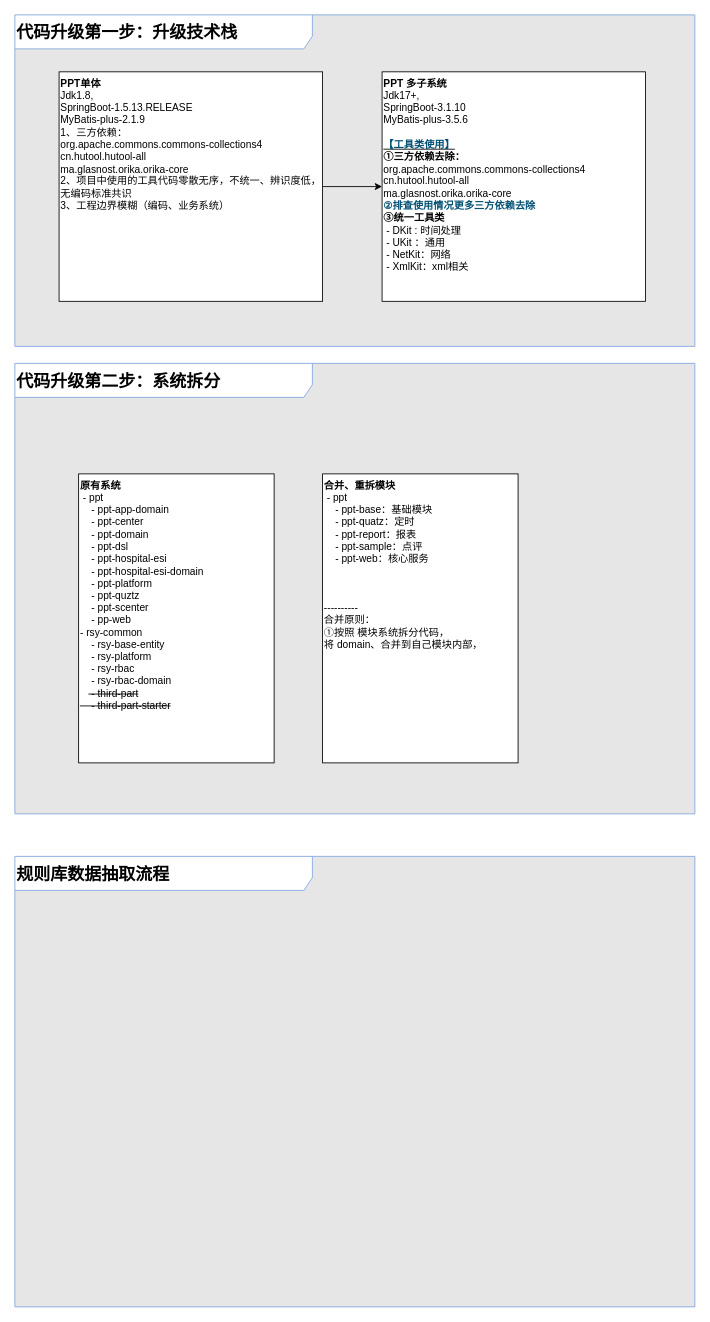
Before: page "架构升级" (4 of 6) of 未命名绘图.drawio in tc608/dfile, a draw.io diagram. Source tidied: cells renumbered, new cells numbered last; positions are measured from the earlier drawing's top-left corner, leaving out a move shared by most shapes. Both pictures are drawn from the tidied source at 85%, with x=0, y=0 at pixel (14, 14).
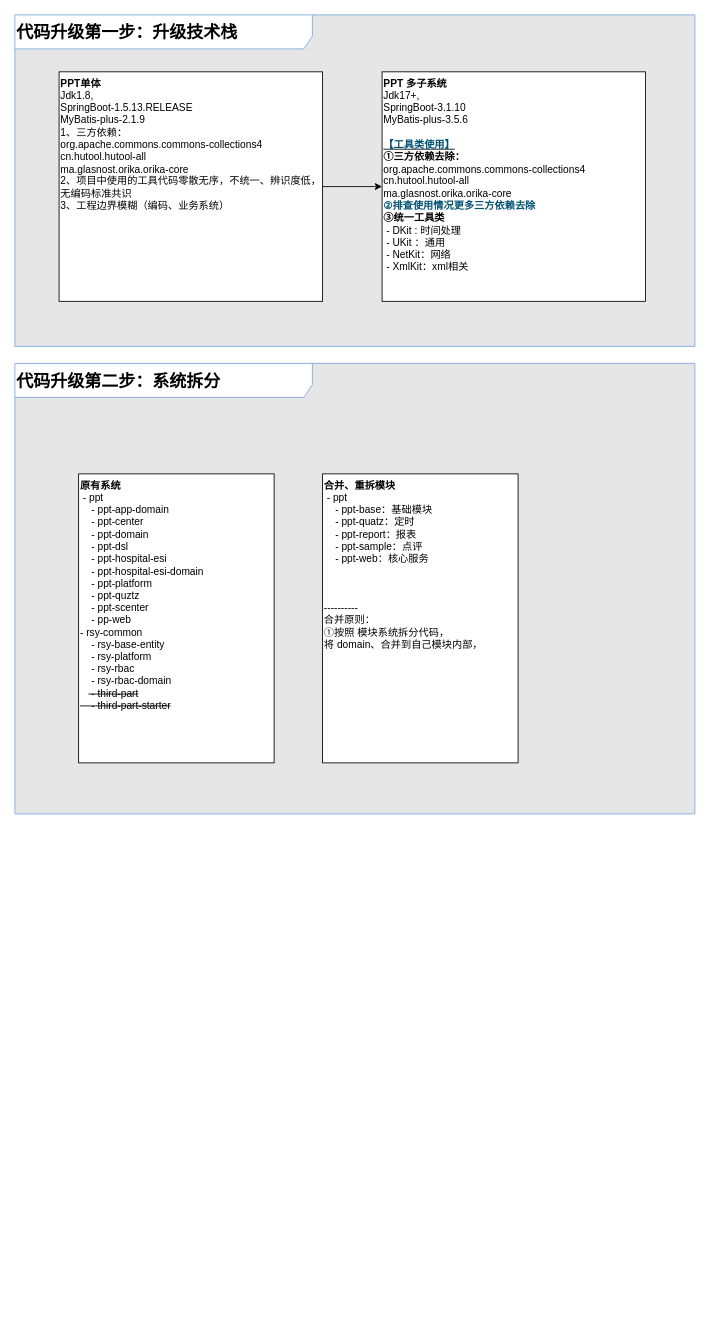
The same page after the edit.

Change to the diagram source:
```diff
@@
 <mxGraphModel>
   <root>
     <mxCell id="0" />
     <mxCell id="1" parent="0" />
     <mxCell id="2" value="&lt;div style=&quot;&quot;&gt;&lt;span style=&quot;background-color: initial; font-size: 20px;&quot;&gt;&lt;b&gt;代码升级第一步：升级技术栈&lt;/b&gt;&lt;/span&gt;&lt;/div&gt;" style="shape=umlFrame;whiteSpace=wrap;html=1;swimlaneFillColor=#E6E6E6;width=350;height=40;strokeColor=#7EA6E0;align=left;" parent="1" vertex="1">
       <mxGeometry width="800" height="390" as="geometry" />
     </mxCell>
     <mxCell id="3" style="edgeStyle=orthogonalEdgeStyle;rounded=0;orthogonalLoop=1;jettySize=auto;html=1;exitX=1;exitY=0.5;exitDx=0;exitDy=0;" parent="1" edge="1">
       <mxGeometry relative="1" as="geometry">
         <mxPoint x="410" y="161" as="targetPoint" />
       </mxGeometry>
     </mxCell>
     <mxCell id="4" style="edgeStyle=orthogonalEdgeStyle;rounded=0;jettySize=auto;html=1;exitX=1;exitY=0.5;exitDx=0;exitDy=0;" parent="1" edge="1" source="5" target="6">
       <mxGeometry relative="1" as="geometry" />
     </mxCell>
     <mxCell id="5" value="&lt;span style=&quot;&quot;&gt;&lt;b&gt;PPT单体&lt;/b&gt;&lt;/span&gt;&lt;br style=&quot;padding: 0px; margin: 0px;&quot;&gt;&lt;span style=&quot;&quot;&gt;Jdk1.8,&amp;nbsp;&lt;/span&gt;&lt;br style=&quot;padding: 0px; margin: 0px;&quot;&gt;&lt;span style=&quot;&quot;&gt;SpringBoot-1.5.13.RELEASE&lt;/span&gt;&lt;br style=&quot;padding: 0px; margin: 0px;&quot;&gt;&lt;span style=&quot;&quot;&gt;MyBatis-plus-2.1.9&lt;/span&gt;&lt;br style=&quot;padding: 0px; margin: 0px;&quot;&gt;&lt;span style=&quot;&quot;&gt;1、三方依赖：&lt;/span&gt;&lt;br style=&quot;padding: 0px; margin: 0px;&quot;&gt;&lt;span style=&quot;&quot;&gt;org.apache.commons.commons-collections4&lt;/span&gt;&lt;br style=&quot;padding: 0px; margin: 0px;&quot;&gt;&lt;span style=&quot;&quot;&gt;cn.hutool.hutool-all&lt;/span&gt;&lt;br style=&quot;padding: 0px; margin: 0px;&quot;&gt;&lt;span style=&quot;&quot;&gt;ma.glasnost.orika.orika-core&lt;/span&gt;&lt;div&gt;2、项目中使用的工具代码零散无序，不统一、辨识度低，&lt;br&gt;&lt;/div&gt;&lt;div&gt;无编码标准共识&lt;br&gt;3、工程边界模糊（编码、业务系统）&lt;br&gt;&lt;/div&gt;" style="rounded=0;whiteSpace=wrap;html=1;align=left;verticalAlign=top;" parent="1" vertex="1">
       <mxGeometry x="52" y="67" width="310" height="270" as="geometry" />
     </mxCell>
     <mxCell id="6" value="&lt;b&gt;PPT 多子系统&lt;/b&gt;&lt;br style=&quot;padding: 0px; margin: 0px;&quot;&gt;Jdk17+,&amp;nbsp;&lt;br style=&quot;padding: 0px; margin: 0px;&quot;&gt;SpringBoot-3.1.10&lt;br style=&quot;padding: 0px; margin: 0px;&quot;&gt;MyBatis-plus-3.5.6&lt;div&gt;&lt;div&gt;&lt;b&gt;&lt;u&gt;&lt;font color=&quot;#005073&quot;&gt;&lt;br&gt;&lt;/font&gt;&lt;/u&gt;&lt;/b&gt;&lt;/div&gt;&lt;div&gt;&lt;b&gt;&lt;u&gt;&lt;font color=&quot;#005073&quot;&gt;【工具类使用】&lt;/font&gt;&lt;/u&gt;&lt;/b&gt;&lt;/div&gt;&lt;div&gt;&lt;b&gt;①三方依赖去除：&lt;/b&gt;&lt;br style=&quot;padding: 0px; margin: 0px;&quot;&gt;org.apache.commons.commons-collections4&lt;br style=&quot;padding: 0px; margin: 0px;&quot;&gt;cn.hutool.hutool-all&lt;br style=&quot;padding: 0px; margin: 0px;&quot;&gt;ma.glasnost.orika.orika-core&lt;br&gt;&lt;font color=&quot;#005073&quot;&gt;&lt;b style=&quot;&quot;&gt;②排查使用情况更多三方依赖去除&lt;/b&gt;&lt;/font&gt;&lt;br&gt;&lt;b&gt;③统一工具类&lt;/b&gt;&lt;div&gt;&amp;nbsp;- DKit : 时间处理&lt;br&gt;&amp;nbsp;- UKit ：通用&lt;br&gt;&amp;nbsp;- NetKit：网络&lt;br&gt;&amp;nbsp;- XmlKit：xml相关&lt;br&gt;&lt;/div&gt;&lt;/div&gt;&lt;/div&gt;" style="rounded=0;whiteSpace=wrap;html=1;align=left;verticalAlign=top;" parent="1" vertex="1">
       <mxGeometry x="432" y="67" width="310" height="270" as="geometry" />
     </mxCell>
     <mxCell id="7" value="&lt;div style=&quot;&quot;&gt;&lt;span style=&quot;background-color: initial; font-size: 20px;&quot;&gt;&lt;b&gt;代码升级第二步：系统拆分&lt;/b&gt;&lt;/span&gt;&lt;/div&gt;" style="shape=umlFrame;whiteSpace=wrap;html=1;swimlaneFillColor=#E6E6E6;width=350;height=40;strokeColor=#7EA6E0;align=left;" parent="1" vertex="1">
       <mxGeometry y="410" width="800" height="530" as="geometry" />
     </mxCell>
     <mxCell id="8" value="合并、重拆模块&lt;div&gt;&lt;div&gt;&lt;span style=&quot;font-weight: normal;&quot;&gt;&amp;nbsp;- ppt&lt;/span&gt;&lt;/div&gt;&lt;span style=&quot;background-color: initial; font-weight: normal;&quot;&gt;&amp;nbsp; &amp;nbsp; - ppt-base：基础模块&lt;/span&gt;&lt;br&gt;&lt;/div&gt;&lt;div&gt;&lt;span style=&quot;background-color: initial; font-weight: normal;&quot;&gt;&amp;nbsp; &amp;nbsp; - ppt-quatz：定时&lt;br&gt;&lt;/span&gt;&lt;span style=&quot;font-weight: 400;&quot;&gt;&amp;nbsp; &amp;nbsp; - ppt-report：报表&lt;/span&gt;&lt;br&gt;&lt;span style=&quot;background-color: initial; font-weight: normal;&quot;&gt;&amp;nbsp; &amp;nbsp; - ppt-sample：点评&lt;/span&gt;&lt;br&gt;&lt;div&gt;&lt;span style=&quot;font-weight: normal;&quot;&gt;&amp;nbsp; &amp;nbsp; - ppt-web：核心服务&lt;br&gt;&lt;br&gt;&lt;br&gt;&lt;br&gt;----------&lt;br&gt;合并原则：&lt;br&gt;①按照 模块系统拆分代码，&lt;br&gt;将 domain、合并到自己模块内部，&amp;nbsp;&lt;/span&gt;&lt;/div&gt;&lt;/div&gt;" style="whiteSpace=wrap;html=1;verticalAlign=top;align=left;fontStyle=1;" parent="1" vertex="1">
       <mxGeometry x="362" y="540" width="230" height="340" as="geometry" />
     </mxCell>
     <mxCell id="9" value="&lt;div&gt;原有系统&lt;br&gt;&lt;span style=&quot;font-weight: normal;&quot;&gt;&amp;nbsp;- ppt&lt;/span&gt;&lt;/div&gt;&lt;span style=&quot;font-weight: normal; background-color: initial;&quot;&gt;&amp;nbsp; &amp;nbsp; - ppt-app-domain&lt;/span&gt;&lt;br&gt;&lt;span style=&quot;font-weight: normal; background-color: initial;&quot;&gt;&amp;nbsp; &amp;nbsp; - ppt-center&lt;/span&gt;&lt;br&gt;&lt;span style=&quot;font-weight: normal; background-color: initial;&quot;&gt;&amp;nbsp; &amp;nbsp; - ppt-domain&lt;/span&gt;&lt;br&gt;&lt;span style=&quot;font-weight: normal; background-color: initial;&quot;&gt;&amp;nbsp; &amp;nbsp; - ppt-dsl&lt;/span&gt;&lt;br&gt;&lt;span style=&quot;font-weight: normal; background-color: initial;&quot;&gt;&amp;nbsp; &amp;nbsp; - ppt-hospital-esi&lt;/span&gt;&lt;br&gt;&lt;span style=&quot;font-weight: normal; background-color: initial;&quot;&gt;&amp;nbsp; &amp;nbsp; - ppt-hospital-esi-domain&lt;/span&gt;&lt;br&gt;&lt;span style=&quot;font-weight: normal; background-color: initial;&quot;&gt;&amp;nbsp; &amp;nbsp; - ppt-platform&lt;/span&gt;&lt;br&gt;&lt;span style=&quot;font-weight: normal; background-color: initial;&quot;&gt;&amp;nbsp; &amp;nbsp; - ppt-quztz&lt;/span&gt;&lt;br&gt;&lt;span style=&quot;font-weight: normal; background-color: initial;&quot;&gt;&amp;nbsp; &amp;nbsp; - ppt-scenter&lt;/span&gt;&lt;br&gt;&lt;div&gt;&lt;span style=&quot;font-weight: normal;&quot;&gt;&amp;nbsp; &amp;nbsp; - pp-web&lt;br&gt;- rsy-common&lt;br&gt;&amp;nbsp; &amp;nbsp; - rsy-base-entity&lt;br&gt;&amp;nbsp; &amp;nbsp; - rsy-platform&lt;br&gt;&amp;nbsp; &amp;nbsp; - rsy-rbac&lt;/span&gt;&lt;/div&gt;&lt;div&gt;&lt;span style=&quot;font-weight: normal;&quot;&gt;&amp;nbsp; &amp;nbsp; - rsy-rbac-domain&lt;br&gt;&amp;nbsp; &amp;nbsp;&lt;strike&gt; - third-part&lt;/strike&gt;&lt;br&gt;&lt;strike&gt;&amp;nbsp; &amp;nbsp; - third-part-starter&lt;/strike&gt;&lt;/span&gt;&lt;/div&gt;" style="whiteSpace=wrap;html=1;verticalAlign=top;align=left;fontStyle=1;" parent="1" vertex="1">
       <mxGeometry x="75" y="540" width="230" height="340" as="geometry" />
     </mxCell>
-    <mxCell id="10" value="&lt;div style=&quot;&quot;&gt;&lt;span style=&quot;font-size: 20px;&quot;&gt;&lt;b&gt;规则库数据抽取流程&lt;/b&gt;&lt;/span&gt;&lt;/div&gt;" style="shape=umlFrame;whiteSpace=wrap;html=1;swimlaneFillColor=#E6E6E6;width=350;height=40;strokeColor=#7EA6E0;align=left;" parent="1" vertex="1">
-      <mxGeometry y="990" width="800" height="530" as="geometry" />
-    </mxCell>
   </root>
 </mxGraphModel>
```
